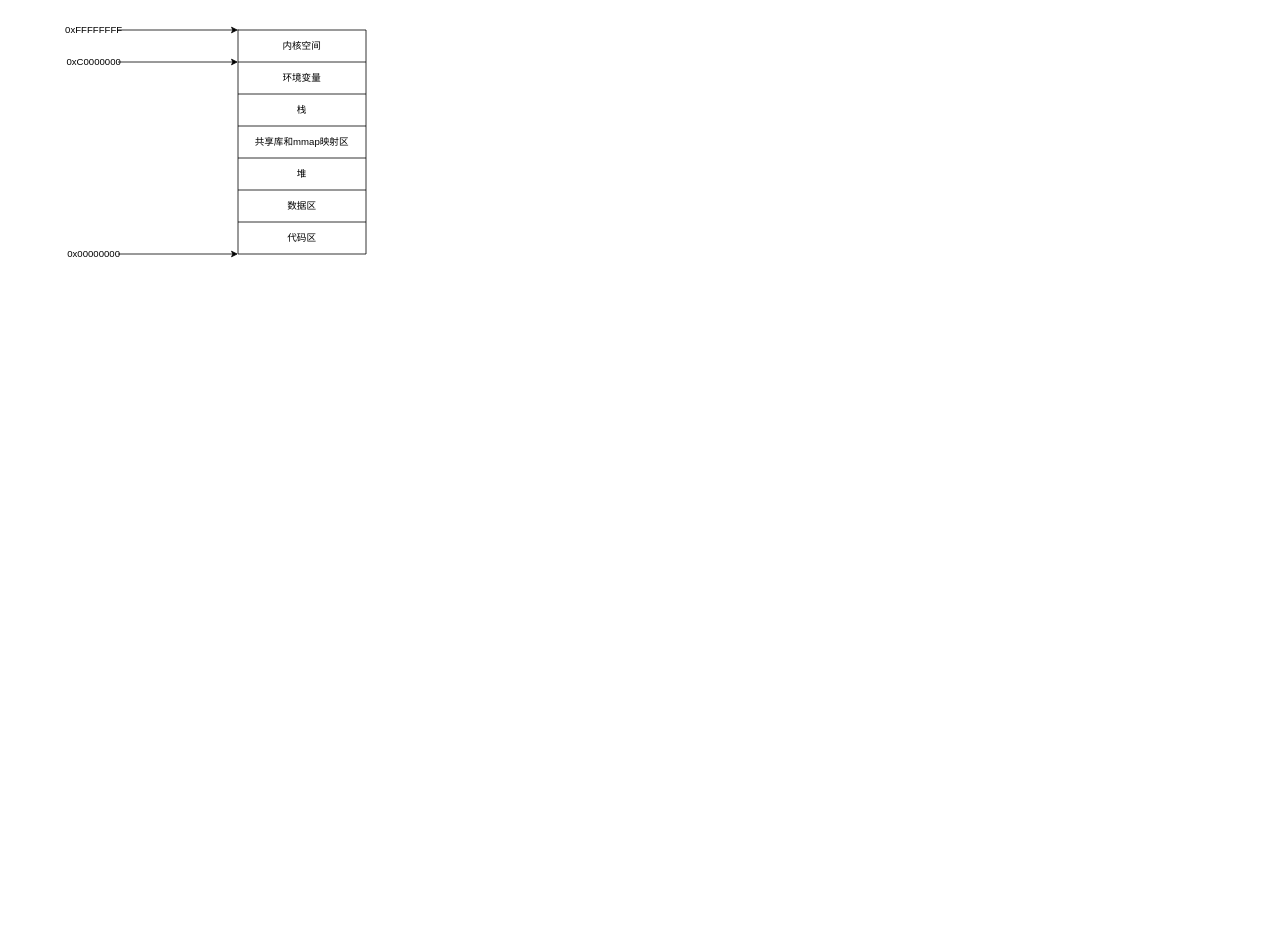
The draw.io diagram page "第 5 页" (5 of 5) of Spring.drawio in EngineKing/draw, before the edit. Source tidied: cells renumbered, new cells numbered last; positions are measured from the earlier drawing's top-left corner, leaving out a move shared by most shapes. Both pictures are drawn from the tidied source at 80%, with x=0, y=0 at pixel (70, 14).
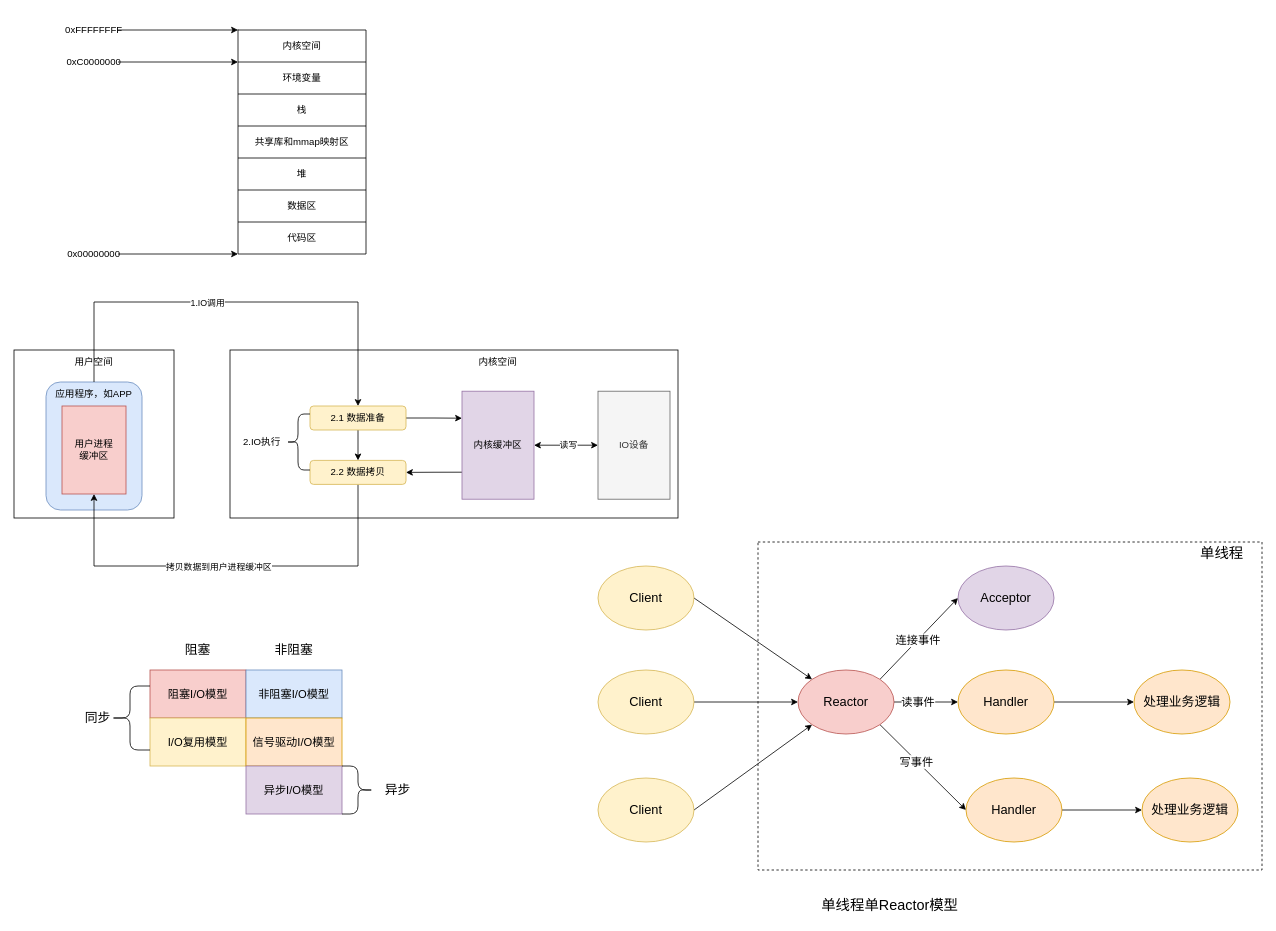
Above is the later version.

Diff of the diagram source:
```diff
@@
+    <mxCell id="23" style="rounded=0;whiteSpace=wrap;html=1;" parent="1" vertex="1">
+      <mxGeometry x="-70" y="420" width="200" height="210" as="geometry" />
+    </mxCell>
@@
+    <mxCell id="24" style="rounded=1;whiteSpace=wrap;html=1;fillColor=#dae8fc;strokeColor=#6c8ebf;" parent="1" vertex="1">
+      <mxGeometry x="-30" y="460" width="120" height="160" as="geometry" />
+    </mxCell>
+    <mxCell id="25" value="应用程序，如APP" style="text;html=1;align=center;verticalAlign=middle;whiteSpace=wrap;rounded=0;" parent="1" vertex="1">
+      <mxGeometry x="-30" y="460" width="120" height="30" as="geometry" />
+    </mxCell>
+    <mxCell id="26" value="用户进程&lt;br&gt;缓冲区" style="rounded=0;whiteSpace=wrap;html=1;fillColor=#f8cecc;strokeColor=#b85450;" parent="1" vertex="1">
+      <mxGeometry x="-10" y="490" width="80" height="110" as="geometry" />
+    </mxCell>
+    <mxCell id="27" value="用户空间" style="text;html=1;align=center;verticalAlign=middle;whiteSpace=wrap;rounded=0;" parent="1" vertex="1">
+      <mxGeometry x="-5" y="420" width="70" height="30" as="geometry" />
+    </mxCell>
+    <mxCell id="28" style="rounded=0;whiteSpace=wrap;html=1;" parent="1" vertex="1">
+      <mxGeometry x="200" y="420" width="560" height="210" as="geometry" />
+    </mxCell>
+    <mxCell id="29" value="内核空间" style="text;html=1;align=center;verticalAlign=middle;whiteSpace=wrap;rounded=0;" parent="1" vertex="1">
+      <mxGeometry x="500" y="420" width="70" height="30" as="geometry" />
+    </mxCell>
+    <mxCell id="30" style="edgeStyle=orthogonalEdgeStyle;rounded=0;jettySize=auto;html=1;exitX=0.5;exitY=1;exitDx=0;exitDy=0;entryX=0.5;entryY=0;entryDx=0;entryDy=0;" parent="1" edge="1" source="32" target="35">
+      <mxGeometry relative="1" as="geometry" />
+    </mxCell>
+    <mxCell id="31" style="edgeStyle=orthogonalEdgeStyle;rounded=0;jettySize=auto;html=1;exitX=1;exitY=0.5;exitDx=0;exitDy=0;entryX=0;entryY=0.25;entryDx=0;entryDy=0;" parent="1" edge="1" source="32" target="39">
+      <mxGeometry relative="1" as="geometry" />
+    </mxCell>
+    <mxCell id="32" value="2.1 数据准备" style="rounded=1;whiteSpace=wrap;html=1;fillColor=#fff2cc;strokeColor=#d6b656;" parent="1" vertex="1">
+      <mxGeometry x="300" y="490" width="120" height="30" as="geometry" />
+    </mxCell>
+    <mxCell id="33" style="edgeStyle=orthogonalEdgeStyle;rounded=0;jettySize=auto;html=1;exitX=0.5;exitY=1;exitDx=0;exitDy=0;entryX=0.5;entryY=1;entryDx=0;entryDy=0;" parent="1" edge="1" source="35" target="26">
+      <mxGeometry relative="1" as="geometry">
+        <Array as="points">
+          <mxPoint x="360" y="690" />
+          <mxPoint x="30" y="690" />
+        </Array>
+      </mxGeometry>
+    </mxCell>
+    <mxCell id="34" value="拷贝数据到用户进程缓冲区" style="edgeLabel;html=1;align=center;verticalAlign=middle;" parent="33" vertex="1">
+      <mxGeometry x="0.06" y="1" relative="1" as="geometry" />
+    </mxCell>
+    <mxCell id="35" value="2.2 数据拷贝" style="rounded=1;whiteSpace=wrap;html=1;fillColor=#fff2cc;strokeColor=#d6b656;" parent="1" vertex="1">
+      <mxGeometry x="300" y="558" width="120" height="30" as="geometry" />
+    </mxCell>
+    <mxCell id="36" style="edgeStyle=orthogonalEdgeStyle;rounded=0;jettySize=auto;html=1;exitX=1;exitY=0.5;exitDx=0;exitDy=0;startArrow=classic;startFill=1;" parent="1" edge="1" source="39" target="40">
+      <mxGeometry relative="1" as="geometry" />
+    </mxCell>
+    <mxCell id="37" value="读写" style="edgeLabel;html=1;align=center;verticalAlign=middle;" parent="36" vertex="1">
+      <mxGeometry x="0.05" y="1" relative="1" as="geometry" />
+    </mxCell>
+    <mxCell id="38" style="edgeStyle=orthogonalEdgeStyle;rounded=0;jettySize=auto;html=1;exitX=0;exitY=0.75;exitDx=0;exitDy=0;entryX=1;entryY=0.5;entryDx=0;entryDy=0;" parent="1" edge="1" source="39" target="35">
+      <mxGeometry relative="1" as="geometry" />
+    </mxCell>
+    <mxCell id="39" value="内核缓冲区" style="rounded=0;whiteSpace=wrap;html=1;fillColor=#e1d5e7;strokeColor=#9673a6;" parent="1" vertex="1">
+      <mxGeometry x="490" y="471.5" width="90" height="135" as="geometry" />
+    </mxCell>
+    <mxCell id="40" value="IO设备" style="rounded=0;whiteSpace=wrap;html=1;fillColor=#f5f5f5;fontColor=#333333;strokeColor=#666666;" parent="1" vertex="1">
+      <mxGeometry x="660" y="471.5" width="90" height="135" as="geometry" />
+    </mxCell>
+    <mxCell id="41" style="edgeStyle=orthogonalEdgeStyle;rounded=0;jettySize=auto;html=1;exitX=0.5;exitY=0;exitDx=0;exitDy=0;entryX=0.5;entryY=0;entryDx=0;entryDy=0;" parent="1" edge="1" source="25" target="32">
+      <mxGeometry relative="1" as="geometry">
+        <Array as="points">
+          <mxPoint x="30" y="360" />
+          <mxPoint x="360" y="360" />
+        </Array>
+      </mxGeometry>
+    </mxCell>
+    <mxCell id="42" value="1.IO调用" style="edgeLabel;html=1;align=center;verticalAlign=middle;" parent="41" vertex="1">
+      <mxGeometry x="-0.14" relative="1" as="geometry" />
+    </mxCell>
+    <mxCell id="43" style="shape=curlyBracket;whiteSpace=wrap;html=1;rounded=1;labelPosition=left;verticalLabelPosition=middle;align=right;verticalAlign=middle;" parent="1" vertex="1">
+      <mxGeometry x="270" y="500" width="30" height="70" as="geometry" />
+    </mxCell>
+    <mxCell id="44" value="2.IO执行" style="text;html=1;align=center;verticalAlign=middle;whiteSpace=wrap;rounded=0;" parent="1" vertex="1">
+      <mxGeometry x="210" y="520" width="60" height="30" as="geometry" />
+    </mxCell>
+    <mxCell id="45" value="阻塞I/O模型" style="rounded=0;whiteSpace=wrap;html=1;fillColor=#f8cecc;strokeColor=#b85450;fontSize=14;" parent="1" vertex="1">
+      <mxGeometry x="100" y="820" width="120" height="60" as="geometry" />
+    </mxCell>
+    <mxCell id="46" value="非阻塞I/O模型" style="rounded=0;whiteSpace=wrap;html=1;fillColor=#dae8fc;strokeColor=#6c8ebf;fontSize=14;" parent="1" vertex="1">
+      <mxGeometry x="220" y="820" width="120" height="60" as="geometry" />
+    </mxCell>
+    <mxCell id="47" value="I/O复用模型" style="rounded=0;whiteSpace=wrap;html=1;fillColor=#fff2cc;strokeColor=#d6b656;fontSize=14;" parent="1" vertex="1">
+      <mxGeometry x="100" y="880" width="120" height="60" as="geometry" />
+    </mxCell>
+    <mxCell id="48" value="信号驱动I/O模型" style="rounded=0;whiteSpace=wrap;html=1;fillColor=#ffe6cc;strokeColor=#d79b00;fontSize=14;" parent="1" vertex="1">
+      <mxGeometry x="220" y="880" width="120" height="60" as="geometry" />
+    </mxCell>
+    <mxCell id="49" value="异步I/O模型" style="rounded=0;whiteSpace=wrap;html=1;fillColor=#e1d5e7;strokeColor=#9673a6;fontSize=14;" parent="1" vertex="1">
+      <mxGeometry x="220" y="940" width="120" height="60" as="geometry" />
+    </mxCell>
+    <mxCell id="50" style="shape=curlyBracket;whiteSpace=wrap;html=1;rounded=1;labelPosition=left;verticalLabelPosition=middle;align=right;verticalAlign=middle;" parent="1" vertex="1">
+      <mxGeometry x="50" y="840" width="50" height="80" as="geometry" />
+    </mxCell>
+    <mxCell id="51" value="同步" style="text;html=1;align=center;verticalAlign=middle;whiteSpace=wrap;rounded=0;fontSize=16;" parent="1" vertex="1">
+      <mxGeometry x="5" y="865" width="60" height="30" as="geometry" />
+    </mxCell>
+    <mxCell id="52" style="shape=curlyBracket;whiteSpace=wrap;html=1;rounded=1;flipH=1;labelPosition=right;verticalLabelPosition=middle;align=left;verticalAlign=middle;size=0.5;" parent="1" vertex="1">
+      <mxGeometry x="340" y="940" width="40" height="60" as="geometry" />
+    </mxCell>
+    <mxCell id="53" value="异步" style="text;html=1;align=center;verticalAlign=middle;whiteSpace=wrap;rounded=0;fontSize=16;" parent="1" vertex="1">
+      <mxGeometry x="380" y="955" width="60" height="30" as="geometry" />
+    </mxCell>
+    <mxCell id="54" value="阻塞" style="text;html=1;align=center;verticalAlign=middle;whiteSpace=wrap;rounded=0;fontSize=16;" parent="1" vertex="1">
+      <mxGeometry x="130" y="780" width="60" height="30" as="geometry" />
+    </mxCell>
+    <mxCell id="55" value="非阻塞" style="text;html=1;align=center;verticalAlign=middle;whiteSpace=wrap;rounded=0;fontSize=16;" parent="1" vertex="1">
+      <mxGeometry x="250" y="780" width="60" height="30" as="geometry" />
+    </mxCell>
+    <mxCell id="56" style="rounded=0;jettySize=auto;html=1;exitX=1;exitY=0.5;exitDx=0;exitDy=0;entryX=0;entryY=0;entryDx=0;entryDy=0;" parent="1" edge="1" source="57" target="68">
+      <mxGeometry relative="1" as="geometry" />
+    </mxCell>
+    <mxCell id="57" value="Client" style="ellipse;whiteSpace=wrap;html=1;fontSize=16;fillColor=#fff2cc;strokeColor=#d6b656;" parent="1" vertex="1">
+      <mxGeometry x="660" y="690" width="120" height="80" as="geometry" />
+    </mxCell>
+    <mxCell id="58" style="edgeStyle=orthogonalEdgeStyle;rounded=0;jettySize=auto;html=1;exitX=1;exitY=0.5;exitDx=0;exitDy=0;entryX=0;entryY=0.5;entryDx=0;entryDy=0;" parent="1" edge="1" source="59" target="68">
+      <mxGeometry relative="1" as="geometry" />
+    </mxCell>
+    <mxCell id="59" value="Client" style="ellipse;whiteSpace=wrap;html=1;fontSize=16;fillColor=#fff2cc;strokeColor=#d6b656;" parent="1" vertex="1">
+      <mxGeometry x="660" y="820" width="120" height="80" as="geometry" />
+    </mxCell>
+    <mxCell id="60" style="rounded=0;jettySize=auto;html=1;exitX=1;exitY=0.5;exitDx=0;exitDy=0;entryX=0;entryY=1;entryDx=0;entryDy=0;" parent="1" edge="1" source="61" target="68">
+      <mxGeometry relative="1" as="geometry" />
+    </mxCell>
+    <mxCell id="61" value="Client" style="ellipse;whiteSpace=wrap;html=1;fontSize=16;fillColor=#fff2cc;strokeColor=#d6b656;" parent="1" vertex="1">
+      <mxGeometry x="660" y="955" width="120" height="80" as="geometry" />
+    </mxCell>
+    <mxCell id="62" style="rounded=0;jettySize=auto;html=1;exitX=1;exitY=0;exitDx=0;exitDy=0;entryX=0;entryY=0.5;entryDx=0;entryDy=0;" parent="1" edge="1" source="68" target="69">
+      <mxGeometry relative="1" as="geometry" />
+    </mxCell>
+    <mxCell id="63" value="连接事件" style="edgeLabel;html=1;align=center;verticalAlign=middle;fontSize=14;" parent="62" vertex="1">
+      <mxGeometry x="-0.04" relative="1" as="geometry" />
+    </mxCell>
+    <mxCell id="64" style="edgeStyle=orthogonalEdgeStyle;rounded=0;jettySize=auto;html=1;exitX=1;exitY=0.5;exitDx=0;exitDy=0;entryX=0;entryY=0.5;entryDx=0;entryDy=0;" parent="1" edge="1" source="68" target="71">
+      <mxGeometry relative="1" as="geometry" />
+    </mxCell>
+    <mxCell id="65" value="读事件" style="edgeLabel;html=1;align=center;verticalAlign=middle;fontSize=14;" parent="64" vertex="1">
+      <mxGeometry x="-0.27" relative="1" as="geometry" />
+    </mxCell>
+    <mxCell id="66" style="rounded=0;jettySize=auto;html=1;exitX=1;exitY=1;exitDx=0;exitDy=0;entryX=0;entryY=0.5;entryDx=0;entryDy=0;" parent="1" edge="1" source="68" target="73">
+      <mxGeometry relative="1" as="geometry" />
+    </mxCell>
+    <mxCell id="67" value="写事件" style="edgeLabel;html=1;align=center;verticalAlign=middle;fontSize=14;" parent="66" vertex="1">
+      <mxGeometry x="-0.16" y="-1" relative="1" as="geometry" />
+    </mxCell>
+    <mxCell id="68" value="Reactor" style="ellipse;whiteSpace=wrap;html=1;fontSize=16;fillColor=#f8cecc;strokeColor=#b85450;" parent="1" vertex="1">
+      <mxGeometry x="910" y="820" width="120" height="80" as="geometry" />
+    </mxCell>
+    <mxCell id="69" value="Acceptor" style="ellipse;whiteSpace=wrap;html=1;fontSize=16;fillColor=#e1d5e7;strokeColor=#9673a6;" parent="1" vertex="1">
+      <mxGeometry x="1110" y="690" width="120" height="80" as="geometry" />
+    </mxCell>
+    <mxCell id="70" style="edgeStyle=orthogonalEdgeStyle;rounded=0;jettySize=auto;html=1;exitX=1;exitY=0.5;exitDx=0;exitDy=0;" parent="1" edge="1" source="71" target="74">
+      <mxGeometry relative="1" as="geometry" />
+    </mxCell>
+    <mxCell id="71" value="Handler" style="ellipse;whiteSpace=wrap;html=1;fontSize=16;fillColor=#ffe6cc;strokeColor=#d79b00;" parent="1" vertex="1">
+      <mxGeometry x="1110" y="820" width="120" height="80" as="geometry" />
+    </mxCell>
+    <mxCell id="72" style="edgeStyle=orthogonalEdgeStyle;rounded=0;jettySize=auto;html=1;exitX=1;exitY=0.5;exitDx=0;exitDy=0;" parent="1" edge="1" source="73" target="75">
+      <mxGeometry relative="1" as="geometry" />
+    </mxCell>
+    <mxCell id="73" value="Handler" style="ellipse;whiteSpace=wrap;html=1;fontSize=16;fillColor=#ffe6cc;strokeColor=#d79b00;" parent="1" vertex="1">
+      <mxGeometry x="1120" y="955" width="120" height="80" as="geometry" />
+    </mxCell>
+    <mxCell id="74" value="处理业务逻辑" style="ellipse;whiteSpace=wrap;html=1;fontSize=16;fillColor=#ffe6cc;strokeColor=#d79b00;" parent="1" vertex="1">
+      <mxGeometry x="1330" y="820" width="120" height="80" as="geometry" />
+    </mxCell>
+    <mxCell id="75" value="处理业务逻辑" style="ellipse;whiteSpace=wrap;html=1;fontSize=16;fillColor=#ffe6cc;strokeColor=#d79b00;" parent="1" vertex="1">
+      <mxGeometry x="1340" y="955" width="120" height="80" as="geometry" />
+    </mxCell>
+    <mxCell id="76" style="rounded=0;whiteSpace=wrap;html=1;dashed=1;fillColor=none;" parent="1" vertex="1">
+      <mxGeometry x="860" y="660" width="630" height="410" as="geometry" />
+    </mxCell>
+    <mxCell id="77" value="单线程" style="text;html=1;align=center;verticalAlign=middle;whiteSpace=wrap;rounded=0;fontSize=18;" parent="1" vertex="1">
+      <mxGeometry x="1410" y="660" width="60" height="30" as="geometry" />
+    </mxCell>
+    <mxCell id="78" value="单线程单Reactor模型" style="text;html=1;align=center;verticalAlign=middle;whiteSpace=wrap;rounded=0;fontSize=18;" parent="1" vertex="1">
+      <mxGeometry x="920" y="1100" width="210" height="30" as="geometry" />
+    </mxCell>
```
